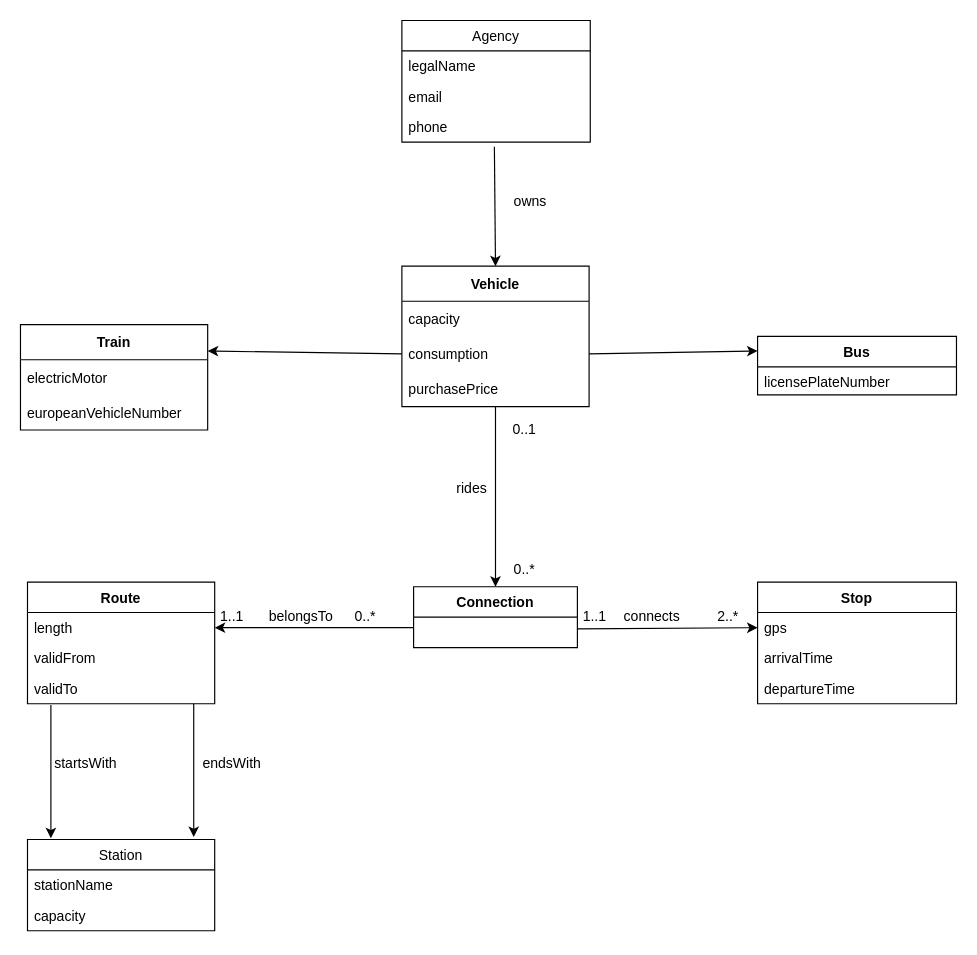
This is 3/model/hierarchy-1.drawio from zhukovdm/T1G4, a draw.io file, before an edit. Source tidied: cells renumbered, new cells numbered last; positions are measured from the earlier drawing's top-left corner, leaving out a move shared by most shapes. Both pictures are drawn from the tidied source at 117%, with x=0, y=0 at pixel (20, 20).
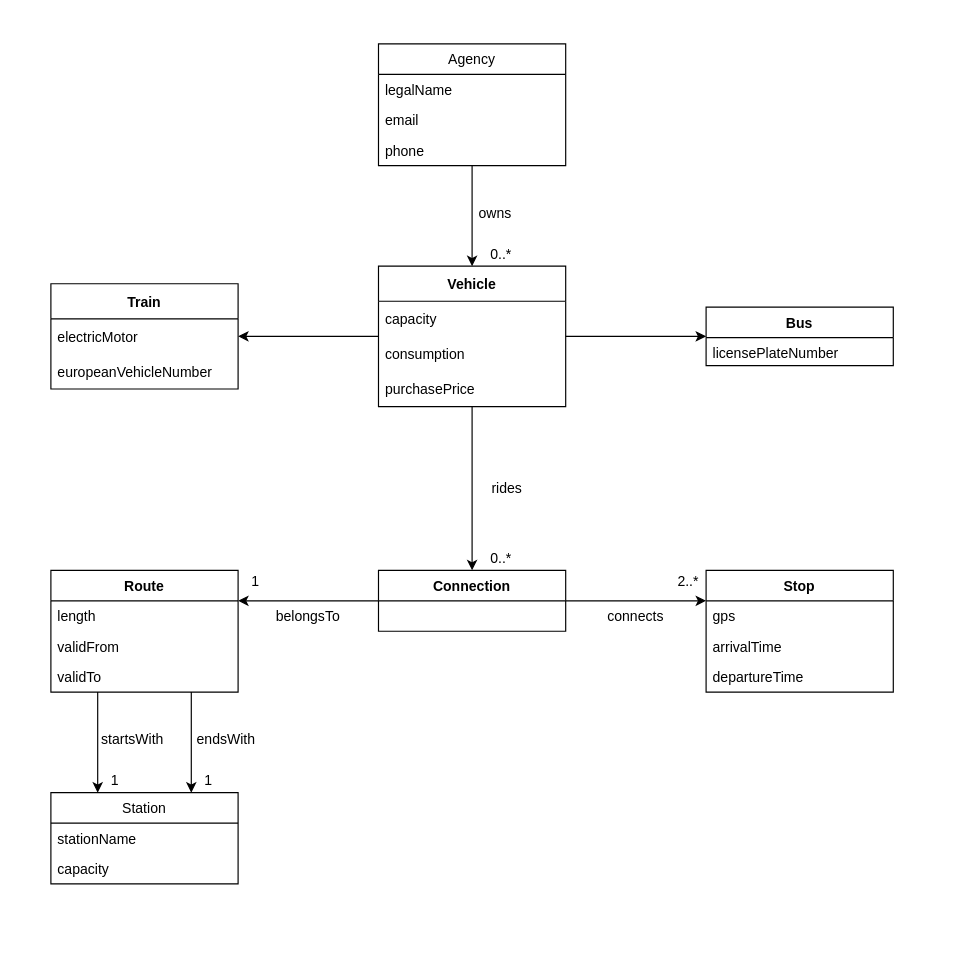
The same diagram, later.

Unchanged cells that the change refers to:
```xml
<mxCell id="4" value="consumption" style="text;strokeColor=none;fillColor=none;align=left;verticalAlign=middle;spacingLeft=4;spacingRight=4;overflow=hidden;points=[[0,0.5],[1,0.5]];portConstraint=eastwest;" parent="2" vertex="1">
  <mxGeometry y="60" width="160" height="30" as="geometry" />
</mxCell>
<mxCell id="5" value="purchasePrice" style="text;strokeColor=none;fillColor=none;align=left;verticalAlign=middle;spacingLeft=4;spacingRight=4;overflow=hidden;points=[[0,0.5],[1,0.5]];portConstraint=eastwest;" parent="2" vertex="1">
  <mxGeometry y="90" width="160" height="30" as="geometry" />
</mxCell>
<mxCell id="7" value="electricMotor" style="text;strokeColor=none;fillColor=none;align=left;verticalAlign=middle;spacingLeft=4;spacingRight=4;overflow=hidden;points=[[0,0.5],[1,0.5]];portConstraint=eastwest;" parent="6" vertex="1">
  <mxGeometry y="30" width="160" height="30" as="geometry" />
</mxCell>
<mxCell id="13" value="length" style="text;strokeColor=none;fillColor=none;align=left;verticalAlign=top;spacingLeft=4;spacingRight=4;overflow=hidden;points=[[0,0.5],[1,0.5]];portConstraint=eastwest;" parent="12" vertex="1">
  <mxGeometry y="26" width="160" height="26" as="geometry" />
</mxCell>
<mxCell id="15" value="validTo" style="text;strokeColor=none;fillColor=none;align=left;verticalAlign=top;spacingLeft=4;spacingRight=4;overflow=hidden;points=[[0,0.5],[1,0.5]];portConstraint=eastwest;" parent="12" vertex="1">
  <mxGeometry y="78" width="160" height="26" as="geometry" />
</mxCell>
```

What changed in the source:
```diff
@@
     <mxCell id="2" value="Vehicle" style="swimlane;fontStyle=1;horizontal=1;startSize=30;" parent="1" vertex="1">
-      <mxGeometry x="326" y="210" width="160" height="120" as="geometry" />
+      <mxGeometry x="306" y="210" width="160" height="120" as="geometry" />
     </mxCell>
@@
     <mxCell id="6" value="Train" style="swimlane;fontStyle=1;horizontal=1;startSize=30;" parent="1" vertex="1">
-      <mxGeometry y="260" width="160" height="90" as="geometry" />
+      <mxGeometry x="26" y="225" width="160" height="90" as="geometry" />
     </mxCell>
@@
     <mxCell id="9" value="Bus" style="swimlane;fontStyle=1;horizontal=1;startSize=26;fillColor=none;" parent="1" vertex="1">
-      <mxGeometry x="630" y="270" width="170" height="50" as="geometry" />
+      <mxGeometry x="586" y="245" width="160" height="50" as="geometry" />
     </mxCell>
     <mxCell id="10" value="licensePlateNumber" style="text;strokeColor=none;fillColor=none;align=left;verticalAlign=top;spacingLeft=4;spacingRight=4;overflow=hidden;" parent="9" vertex="1">
-      <mxGeometry y="26" width="170" height="24" as="geometry" />
+      <mxGeometry y="26" width="160" height="24" as="geometry" />
     </mxCell>
     <mxCell id="11" value="Connection" style="swimlane;fontStyle=1;horizontal=1;startSize=26;fillColor=none;" parent="1" vertex="1">
-      <mxGeometry x="336" y="484" width="140" height="52" as="geometry" />
+      <mxGeometry x="306" y="470" width="160" height="52" as="geometry" />
     </mxCell>
     <mxCell id="12" value="Route" style="swimlane;fontStyle=1;horizontal=1;startSize=26;fillColor=none;" parent="1" vertex="1">
-      <mxGeometry x="6" y="480" width="160" height="104" as="geometry" />
+      <mxGeometry x="26" y="470" width="160" height="104" as="geometry" />
     </mxCell>
@@
     <mxCell id="16" value="Stop" style="swimlane;fontStyle=1;horizontal=1;startSize=26;fillColor=none;" parent="1" vertex="1">
-      <mxGeometry x="630" y="480" width="170" height="104" as="geometry" />
+      <mxGeometry x="586" y="470" width="160" height="104" as="geometry" />
     </mxCell>
     <mxCell id="17" value="gps" style="text;strokeColor=none;fillColor=none;align=left;verticalAlign=top;spacingLeft=4;spacingRight=4;overflow=hidden;points=[[0,0.5],[1,0.5]];portConstraint=eastwest;" parent="16" vertex="1">
-      <mxGeometry y="26" width="170" height="26" as="geometry" />
+      <mxGeometry y="26" width="160" height="26" as="geometry" />
     </mxCell>
     <mxCell id="18" value="arrivalTime" style="text;strokeColor=none;fillColor=none;align=left;verticalAlign=top;spacingLeft=4;spacingRight=4;overflow=hidden;" parent="16" vertex="1">
-      <mxGeometry y="52" width="170" height="26" as="geometry" />
+      <mxGeometry y="52" width="160" height="26" as="geometry" />
     </mxCell>
     <mxCell id="19" value="departureTime" style="text;strokeColor=none;fillColor=none;align=left;verticalAlign=top;spacingLeft=4;spacingRight=4;overflow=hidden;" parent="16" vertex="1">
-      <mxGeometry y="78" width="170" height="26" as="geometry" />
+      <mxGeometry y="78" width="160" height="26" as="geometry" />
     </mxCell>
     <mxCell id="20" value="rides" style="text;html=1;strokeColor=none;fillColor=none;align=center;verticalAlign=middle;whiteSpace=wrap;rounded=0;" parent="1" vertex="1">
-      <mxGeometry x="356" y="380" width="60" height="40" as="geometry" />
+      <mxGeometry x="386" y="380" width="60" height="40" as="geometry" />
     </mxCell>
-    <mxCell id="21" value="0..1" style="text;html=1;strokeColor=none;fillColor=none;align=center;verticalAlign=middle;whiteSpace=wrap;rounded=0;" parent="1" vertex="1">
-      <mxGeometry x="416" y="340" width="30" height="20" as="geometry" />
-    </mxCell>
     <mxCell id="22" value="0..*" style="text;html=1;strokeColor=none;fillColor=none;align=center;verticalAlign=middle;whiteSpace=wrap;rounded=0;" parent="1" vertex="1">
-      <mxGeometry x="416" y="460" width="30" height="20" as="geometry" />
+      <mxGeometry x="396" y="450" width="30" height="20" as="geometry" />
     </mxCell>
-    <mxCell id="23" value="1..1" style="text;html=1;strokeColor=none;fillColor=none;align=center;verticalAlign=middle;whiteSpace=wrap;rounded=0;" parent="1" vertex="1">
-      <mxGeometry x="166" y="500" width="30" height="20" as="geometry" />
+    <mxCell id="23" value="1" style="text;html=1;strokeColor=none;fillColor=none;align=center;verticalAlign=middle;whiteSpace=wrap;rounded=0;" parent="1" vertex="1">
+      <mxGeometry x="186" y="470" width="30" height="20" as="geometry" />
     </mxCell>
     <mxCell id="24" value="belongsTo" style="text;html=1;strokeColor=none;fillColor=none;align=center;verticalAlign=middle;whiteSpace=wrap;rounded=0;" parent="1" vertex="1">
-      <mxGeometry x="200" y="500" width="80" height="20" as="geometry" />
+      <mxGeometry x="206" y="500" width="80" height="20" as="geometry" />
     </mxCell>
-    <mxCell id="25" value="0..*" style="text;html=1;strokeColor=none;fillColor=none;align=center;verticalAlign=middle;whiteSpace=wrap;rounded=0;" parent="1" vertex="1">
-      <mxGeometry x="280" y="500" width="30" height="20" as="geometry" />
-    </mxCell>
-    <mxCell id="26" value="1..1" style="text;html=1;strokeColor=none;fillColor=none;align=center;verticalAlign=middle;whiteSpace=wrap;rounded=0;" parent="1" vertex="1">
-      <mxGeometry x="476" y="500" width="30" height="20" as="geometry" />
-    </mxCell>
     <mxCell id="27" value="2..*" style="text;html=1;strokeColor=none;fillColor=none;align=center;verticalAlign=middle;whiteSpace=wrap;rounded=0;" parent="1" vertex="1">
-      <mxGeometry x="590" y="500" width="30" height="20" as="geometry" />
+      <mxGeometry x="556" y="470" width="30" height="20" as="geometry" />
     </mxCell>
     <mxCell id="28" value="connects" style="text;html=1;strokeColor=none;fillColor=none;align=center;verticalAlign=middle;whiteSpace=wrap;rounded=0;" parent="1" vertex="1">
-      <mxGeometry x="500" y="500" width="80" height="20" as="geometry" />
+      <mxGeometry x="486" y="500" width="80" height="20" as="geometry" />
     </mxCell>
-    <mxCell id="29" style="endArrow=classic;html=1;rounded=0;entryX=1;entryY=0.25;entryDx=0;entryDy=0;exitX=0;exitY=0.5;exitDx=0;exitDy=0;" parent="1" edge="1" source="4" target="6">
+    <mxCell id="29" style="endArrow=classic;html=1;rounded=0;entryX=1;entryY=0.5;entryDx=0;entryDy=0;" parent="1" edge="1" source="2" target="7">
       <mxGeometry relative="1" as="geometry" />
     </mxCell>
-    <mxCell id="30" style="endArrow=classic;html=1;rounded=0;entryX=0.5;entryY=0;entryDx=0;entryDy=0;" parent="1" edge="1" target="11">
-      <mxGeometry relative="1" as="geometry">
-        <mxPoint x="406" y="330" as="sourcePoint" />
-      </mxGeometry>
+    <mxCell id="30" style="endArrow=classic;html=1;rounded=0;" parent="1" edge="1" source="5" target="11">
+      <mxGeometry relative="1" as="geometry" />
     </mxCell>
-    <mxCell id="31" style="endArrow=classic;html=1;rounded=0;entryX=0;entryY=0.5;entryDx=0;entryDy=0;" parent="1" edge="1" target="17">
-      <mxGeometry relative="1" as="geometry">
-        <mxPoint x="476" y="520" as="sourcePoint" />
-      </mxGeometry>
+    <mxCell id="31" style="endArrow=classic;html=1;rounded=0;exitX=1;exitY=0.5;exitDx=0;exitDy=0;entryX=0;entryY=0.25;entryDx=0;entryDy=0;" parent="1" edge="1" source="11" target="16">
+      <mxGeometry relative="1" as="geometry" />
     </mxCell>
-    <mxCell id="32" style="endArrow=classic;html=1;rounded=0;entryX=1;entryY=0.5;entryDx=0;entryDy=0;" parent="1" edge="1" target="13">
-      <mxGeometry relative="1" as="geometry">
-        <mxPoint x="336" y="519" as="sourcePoint" />
-      </mxGeometry>
+    <mxCell id="32" style="endArrow=classic;html=1;rounded=0;entryX=1;entryY=0.25;entryDx=0;entryDy=0;exitX=0;exitY=0.5;exitDx=0;exitDy=0;" parent="1" edge="1" source="11" target="12">
+      <mxGeometry relative="1" as="geometry" />
     </mxCell>
-    <mxCell id="33" style="endArrow=classic;html=1;rounded=0;exitX=1;exitY=0.5;exitDx=0;exitDy=0;entryX=0;entryY=0.25;entryDx=0;entryDy=0;" parent="1" edge="1" source="4" target="9">
+    <mxCell id="33" style="endArrow=classic;html=1;rounded=0;entryX=0;entryY=0.5;entryDx=0;entryDy=0;" parent="1" edge="1" source="2" target="9">
       <mxGeometry relative="1" as="geometry" />
     </mxCell>
     <mxCell id="34" value="Station" style="swimlane;fontStyle=0;horizontal=1;startSize=26;fillColor=none;" parent="1" vertex="1">
-      <mxGeometry x="6" y="700" width="160" height="78" as="geometry" />
+      <mxGeometry x="26" y="660" width="160" height="78" as="geometry" />
     </mxCell>
@@
     <mxCell id="37" value="Agency" style="swimlane;fontStyle=0;horizontal=1;startSize=26;fillColor=none;" parent="1" vertex="1">
-      <mxGeometry x="326" width="161" height="104" as="geometry" />
+      <mxGeometry x="306" y="20" width="160" height="104" as="geometry" />
     </mxCell>
     <mxCell id="38" value="legalName" style="text;strokeColor=none;fillColor=none;align=left;verticalAlign=top;spacingLeft=4;spacingRight=4;overflow=hidden;" parent="37" vertex="1">
-      <mxGeometry y="26" width="161" height="26" as="geometry" />
+      <mxGeometry y="26" width="160" height="26" as="geometry" />
     </mxCell>
     <mxCell id="39" value="email" style="text;strokeColor=none;fillColor=none;align=left;verticalAlign=top;spacingLeft=4;spacingRight=4;overflow=hidden;" parent="37" vertex="1">
-      <mxGeometry y="52" width="161" height="26" as="geometry" />
+      <mxGeometry y="52" width="160" height="26" as="geometry" />
     </mxCell>
     <mxCell id="40" value="phone" style="text;strokeColor=none;fillColor=none;align=left;verticalAlign=top;spacingLeft=4;spacingRight=4;overflow=hidden;points=[[0,0.5],[1,0.5]];portConstraint=eastwest;" parent="37" vertex="1">
-      <mxGeometry y="78" width="161" height="26" as="geometry" />
+      <mxGeometry y="78" width="160" height="26" as="geometry" />
     </mxCell>
-    <mxCell id="41" style="endArrow=classic;html=1;rounded=0;entryX=0.5;entryY=0;entryDx=0;entryDy=0;exitX=0.491;exitY=1.154;exitDx=0;exitDy=0;exitPerimeter=0;" parent="1" edge="1" source="40" target="2">
+    <mxCell id="41" style="endArrow=classic;html=1;rounded=0;entryX=0.5;entryY=0;entryDx=0;entryDy=0;" parent="1" edge="1" source="40" target="2">
       <mxGeometry relative="1" as="geometry" />
     </mxCell>
-    <mxCell id="42" style="endArrow=classic;html=1;rounded=0;exitX=0.125;exitY=1.038;exitDx=0;exitDy=0;exitPerimeter=0;entryX=0.125;entryY=-0.013;entryDx=0;entryDy=0;entryPerimeter=0;" parent="1" edge="1" source="15" target="34">
+    <mxCell id="42" style="endArrow=classic;html=1;rounded=0;entryX=0.25;entryY=0;entryDx=0;entryDy=0;exitX=0.25;exitY=1;exitDx=0;exitDy=0;" parent="1" edge="1" source="12" target="34">
       <mxGeometry relative="1" as="geometry" />
     </mxCell>
-    <mxCell id="43" style="endArrow=classic;html=1;rounded=0;entryX=0.888;entryY=-0.026;entryDx=0;entryDy=0;entryPerimeter=0;exitX=0.888;exitY=1;exitDx=0;exitDy=0;exitPerimeter=0;" parent="1" edge="1" source="15" target="34">
+    <mxCell id="43" style="endArrow=classic;html=1;rounded=0;exitX=0.75;exitY=1;exitDx=0;exitDy=0;entryX=0.75;entryY=0;entryDx=0;entryDy=0;" parent="1" edge="1" source="12" target="34">
       <mxGeometry relative="1" as="geometry" />
     </mxCell>
     <mxCell id="44" value="startsWith" style="text;html=1;strokeColor=none;fillColor=none;align=center;verticalAlign=middle;whiteSpace=wrap;rounded=0;" parent="1" vertex="1">
-      <mxGeometry x="26" y="620" width="60" height="30" as="geometry" />
+      <mxGeometry x="66" y="600" width="60" height="30" as="geometry" />
     </mxCell>
     <mxCell id="45" value="endsWith" style="text;html=1;strokeColor=none;fillColor=none;align=center;verticalAlign=middle;whiteSpace=wrap;rounded=0;" parent="1" vertex="1">
-      <mxGeometry x="151" y="620" width="60" height="30" as="geometry" />
+      <mxGeometry x="146" y="600" width="60" height="30" as="geometry" />
     </mxCell>
     <mxCell id="46" value="owns" style="text;html=1;strokeColor=none;fillColor=none;align=center;verticalAlign=middle;whiteSpace=wrap;rounded=0;" parent="1" vertex="1">
-      <mxGeometry x="406" y="140" width="60" height="30" as="geometry" />
+      <mxGeometry x="386" y="150" width="40" height="30" as="geometry" />
     </mxCell>
+    <mxCell id="25" value="0..*" style="text;html=1;strokeColor=none;fillColor=none;align=center;verticalAlign=middle;whiteSpace=wrap;rounded=0;" parent="1" vertex="1">
+      <mxGeometry x="396" y="190" width="30" height="20" as="geometry" />
+    </mxCell>
+    <mxCell id="47" value="1" style="text;html=1;strokeColor=none;fillColor=none;align=center;verticalAlign=middle;whiteSpace=wrap;rounded=0;" parent="1" vertex="1">
+      <mxGeometry x="66" y="640" width="30" height="20" as="geometry" />
+    </mxCell>
+    <mxCell id="48" value="1" style="text;html=1;strokeColor=none;fillColor=none;align=center;verticalAlign=middle;whiteSpace=wrap;rounded=0;" parent="1" vertex="1">
+      <mxGeometry x="146" y="640" width="30" height="20" as="geometry" />
+    </mxCell>
```
